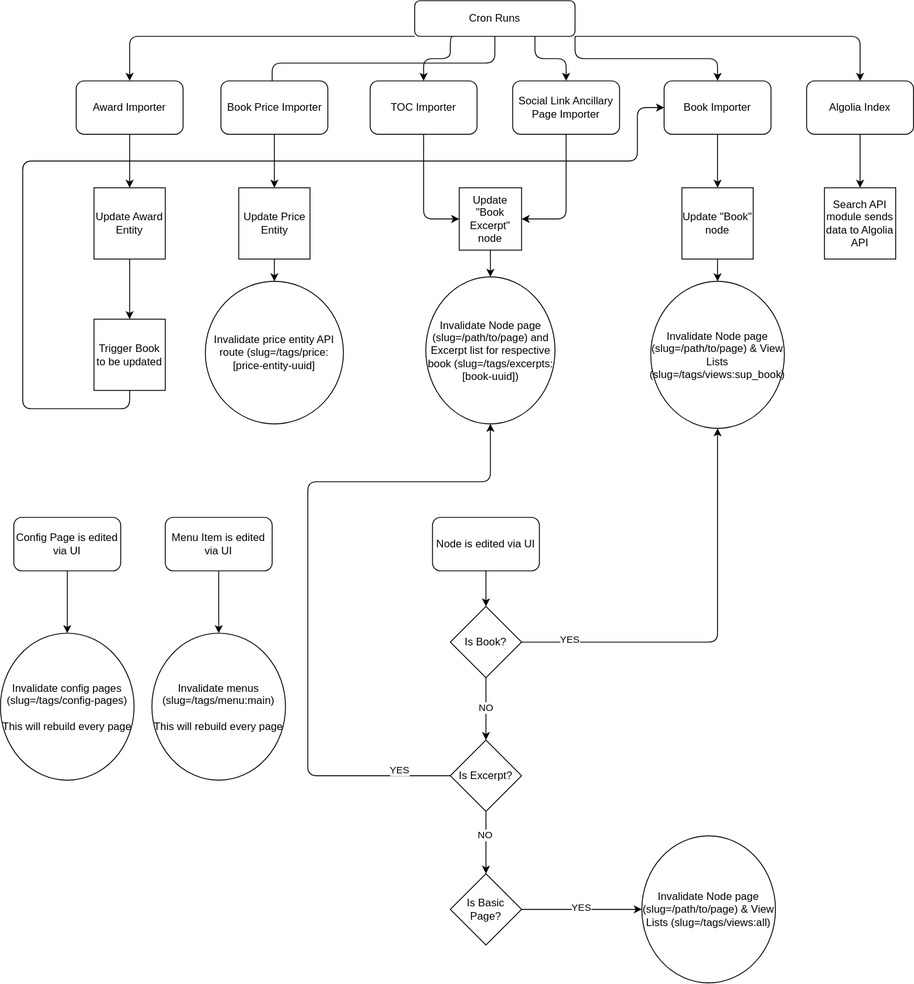
SU-SWS/press-nextjs keeps this draw.io diagram as docs/press-architecture.drawio.svg. Above is the earlier version. Source tidied: cells renumbered, new cells last; positions are measured from the earlier drawing's top-left corner, leaving out a move shared by most shapes.
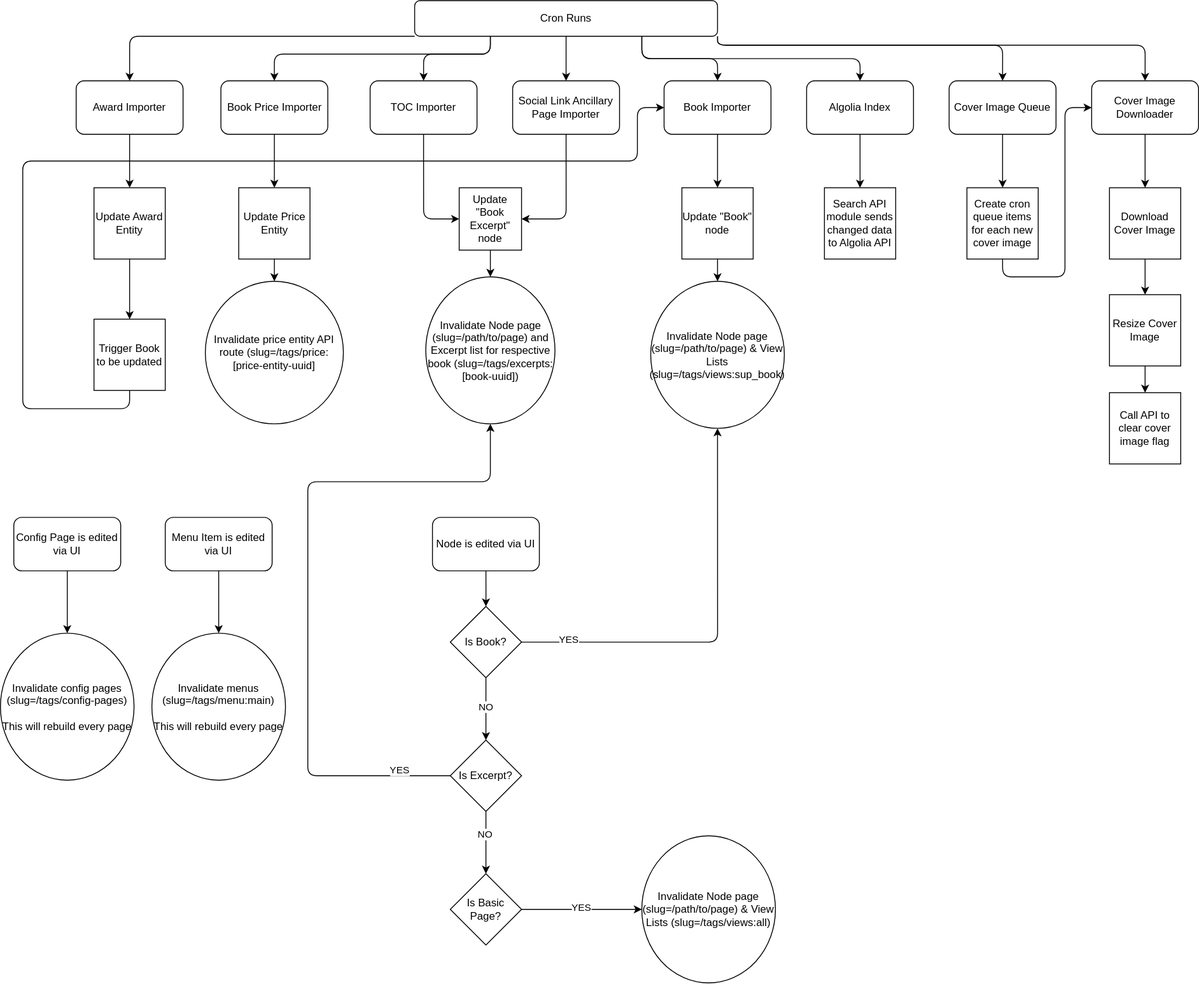
The same diagram one commit later.

Commit message:
Updated cron workflow

Change to the diagram source:
```diff
@@ -12,36 +12,46 @@
     <mxCell id="3" style="edgeStyle=orthogonalEdgeStyle;rounded=1;jettySize=auto;html=1;exitX=0.25;exitY=1;exitDx=0;exitDy=0;entryX=0.5;entryY=0;entryDx=0;entryDy=0;curved=0;" parent="1" edge="1" source="8" target="18">
       <mxGeometry relative="1" as="geometry">
         <Array as="points">
-          <mxPoint x="505" y="40" />
-          <mxPoint x="505" y="65" />
-          <mxPoint x="475" y="65" />
+          <mxPoint x="550" y="60" />
+          <mxPoint x="475" y="60" />
         </Array>
       </mxGeometry>
     </mxCell>
-    <mxCell id="4" style="edgeStyle=orthogonalEdgeStyle;rounded=1;jettySize=auto;html=1;exitX=0.5;exitY=1;exitDx=0;exitDy=0;entryX=0.5;entryY=0;entryDx=0;entryDy=0;curved=0;" parent="1" edge="1" source="8" target="16">
+    <mxCell id="4" style="edgeStyle=orthogonalEdgeStyle;rounded=1;jettySize=auto;html=1;exitX=0.25;exitY=1;exitDx=0;exitDy=0;entryX=0.5;entryY=0;entryDx=0;entryDy=0;curved=0;" parent="1" edge="1" source="8" target="16">
       <mxGeometry relative="1" as="geometry">
         <Array as="points">
-          <mxPoint x="555" y="70" />
-          <mxPoint x="305" y="70" />
-          <mxPoint x="305" y="120" />
+          <mxPoint x="550" y="60" />
+          <mxPoint x="308" y="60" />
         </Array>
       </mxGeometry>
     </mxCell>
-    <mxCell id="5" style="edgeStyle=orthogonalEdgeStyle;rounded=1;jettySize=auto;html=1;exitX=0.75;exitY=1;exitDx=0;exitDy=0;entryX=0.5;entryY=0;entryDx=0;entryDy=0;curved=0;" parent="1" edge="1" source="8" target="10">
+    <mxCell id="5" style="edgeStyle=orthogonalEdgeStyle;rounded=0;jettySize=auto;html=1;exitX=0.5;exitY=1;exitDx=0;exitDy=0;entryX=0.5;entryY=0;entryDx=0;entryDy=0;" parent="1" edge="1" source="8" target="10">
       <mxGeometry relative="1" as="geometry" />
     </mxCell>
-    <mxCell id="6" style="edgeStyle=orthogonalEdgeStyle;rounded=1;jettySize=auto;html=1;exitX=1;exitY=1;exitDx=0;exitDy=0;entryX=0.5;entryY=0;entryDx=0;entryDy=0;curved=0;" parent="1" edge="1" source="8" target="12">
+    <mxCell id="6" style="edgeStyle=orthogonalEdgeStyle;rounded=1;jettySize=auto;html=1;exitX=0.75;exitY=1;exitDx=0;exitDy=0;entryX=0.5;entryY=0;entryDx=0;entryDy=0;strokeColor=default;curved=0;" parent="1" edge="1" source="8" target="12">
       <mxGeometry relative="1" as="geometry" />
     </mxCell>
-    <mxCell id="7" style="edgeStyle=orthogonalEdgeStyle;rounded=1;jettySize=auto;html=1;exitX=1;exitY=1;exitDx=0;exitDy=0;entryX=0.5;entryY=0;entryDx=0;entryDy=0;curved=0;" parent="1" edge="1" source="8" target="14">
-      <mxGeometry relative="1" as="geometry">
-        <Array as="points">
-          <mxPoint x="965" y="40" />
-        </Array>
-      </mxGeometry>
+    <mxCell id="7" style="edgeStyle=orthogonalEdgeStyle;rounded=1;jettySize=auto;html=1;exitX=0.75;exitY=1;exitDx=0;exitDy=0;entryX=0.5;entryY=0;entryDx=0;entryDy=0;curved=0;" parent="1" edge="1" source="8" target="14">
+      <mxGeometry relative="1" as="geometry" />
     </mxCell>
+    <mxCell id="57" style="edgeStyle=orthogonalEdgeStyle;rounded=1;jettySize=auto;html=1;exitX=1;exitY=1;exitDx=0;exitDy=0;entryX=0.5;entryY=0;entryDx=0;entryDy=0;curved=0;" parent="1" edge="1" source="8" target="60">
+      <mxGeometry relative="1" as="geometry">
+        <Array as="points">
+          <mxPoint x="805" y="50" />
+          <mxPoint x="1125" y="50" />
+        </Array>
+      </mxGeometry>
+    </mxCell>
+    <mxCell id="58" style="edgeStyle=orthogonalEdgeStyle;rounded=1;jettySize=auto;html=1;exitX=1;exitY=1;exitDx=0;exitDy=0;entryX=0.5;entryY=0;entryDx=0;entryDy=0;curved=0;" parent="1" edge="1" source="8" target="62">
+      <mxGeometry relative="1" as="geometry">
+        <Array as="points">
+          <mxPoint x="805" y="50" />
+          <mxPoint x="1285" y="50" />
+        </Array>
+      </mxGeometry>
+    </mxCell>
     <mxCell id="8" value="Cron Runs" style="rounded=1;whiteSpace=wrap;html=1;fontSize=12;glass=0;strokeWidth=1;shadow=0;" parent="1" vertex="1">
-      <mxGeometry x="465" width="180" height="40" as="geometry" />
+      <mxGeometry x="465" width="340" height="40" as="geometry" />
     </mxCell>
     <mxCell id="9" style="edgeStyle=orthogonalEdgeStyle;rounded=1;jettySize=auto;html=1;exitX=0.5;exitY=1;exitDx=0;exitDy=0;entryX=1;entryY=0.5;entryDx=0;entryDy=0;curved=0;" parent="1" edge="1" source="10" target="26">
       <mxGeometry relative="1" as="geometry" />
@@ -126,7 +136,7 @@
     <mxCell id="33" value="Invalidate Node page (slug=/path/to/page) and Excerpt list for respective book (slug=/tags/excerpts:[book-uuid])" style="ellipse;whiteSpace=wrap;html=1;" parent="1" vertex="1">
       <mxGeometry x="477.5" y="310" width="145" height="165" as="geometry" />
     </mxCell>
-    <mxCell id="34" value="&lt;div&gt;Search API module sends data to Algolia API&lt;/div&gt;" style="whiteSpace=wrap;html=1;" parent="1" vertex="1">
+    <mxCell id="34" value="&lt;div&gt;Search API module sends changed data to Algolia API&lt;/div&gt;" style="whiteSpace=wrap;html=1;" parent="1" vertex="1">
       <mxGeometry x="925" y="210" width="80" height="80" as="geometry" />
     </mxCell>
     <mxCell id="35" style="edgeStyle=orthogonalEdgeStyle;rounded=0;jettySize=auto;html=1;exitX=0.5;exitY=1;exitDx=0;exitDy=0;entryX=0.5;entryY=0;entryDx=0;entryDy=0;" parent="1" edge="1" source="36">
@@ -203,5 +213,38 @@
     <mxCell id="56" value="&lt;div&gt;Invalidate menus (slug=/tags/menu:main)&lt;/div&gt;&lt;div&gt;&lt;br&gt;&lt;/div&gt;&lt;div&gt;This will rebuild every page&lt;br&gt;&lt;/div&gt;" style="ellipse;whiteSpace=wrap;html=1;" parent="1" vertex="1">
       <mxGeometry x="170" y="710" width="150" height="165" as="geometry" />
     </mxCell>
+    <mxCell id="59" style="edgeStyle=orthogonalEdgeStyle;rounded=1;jettySize=auto;html=1;exitX=0.5;exitY=1;exitDx=0;exitDy=0;entryX=0.5;entryY=0;entryDx=0;entryDy=0;curved=0;" parent="1" edge="1" source="60" target="64">
+      <mxGeometry relative="1" as="geometry" />
+    </mxCell>
+    <mxCell id="60" value="Cover Image Queue" style="rounded=1;whiteSpace=wrap;html=1;" parent="1" vertex="1">
+      <mxGeometry x="1065" y="90" width="120" height="60" as="geometry" />
+    </mxCell>
+    <mxCell id="61" style="edgeStyle=orthogonalEdgeStyle;rounded=0;jettySize=auto;html=1;exitX=0.5;exitY=1;exitDx=0;exitDy=0;entryX=0.5;entryY=0;entryDx=0;entryDy=0;" parent="1" edge="1" source="62" target="66">
+      <mxGeometry relative="1" as="geometry" />
+    </mxCell>
+    <mxCell id="62" value="Cover Image Downloader" style="rounded=1;whiteSpace=wrap;html=1;" parent="1" vertex="1">
+      <mxGeometry x="1225" y="90" width="120" height="60" as="geometry" />
+    </mxCell>
+    <mxCell id="63" style="edgeStyle=orthogonalEdgeStyle;rounded=1;jettySize=auto;html=1;exitX=0.5;exitY=1;exitDx=0;exitDy=0;entryX=0;entryY=0.5;entryDx=0;entryDy=0;curved=0;" parent="1" edge="1" source="64" target="62">
+      <mxGeometry relative="1" as="geometry" />
+    </mxCell>
+    <mxCell id="64" value="Create cron queue items for each new cover image" style="whiteSpace=wrap;html=1;" parent="1" vertex="1">
+      <mxGeometry x="1085" y="210" width="80" height="80" as="geometry" />
+    </mxCell>
+    <mxCell id="65" style="edgeStyle=orthogonalEdgeStyle;rounded=0;jettySize=auto;html=1;exitX=0.5;exitY=1;exitDx=0;exitDy=0;entryX=0.5;entryY=0;entryDx=0;entryDy=0;" parent="1" edge="1" source="66" target="68">
+      <mxGeometry relative="1" as="geometry" />
+    </mxCell>
+    <mxCell id="66" value="Download Cover Image" style="whiteSpace=wrap;html=1;" parent="1" vertex="1">
+      <mxGeometry x="1245" y="210" width="80" height="80" as="geometry" />
+    </mxCell>
+    <mxCell id="67" style="edgeStyle=orthogonalEdgeStyle;rounded=0;jettySize=auto;html=1;exitX=0.5;exitY=1;exitDx=0;exitDy=0;entryX=0.5;entryY=0;entryDx=0;entryDy=0;" parent="1" edge="1" source="68" target="69">
+      <mxGeometry relative="1" as="geometry" />
+    </mxCell>
+    <mxCell id="68" value="Resize Cover Image" style="whiteSpace=wrap;html=1;" parent="1" vertex="1">
+      <mxGeometry x="1245" y="330" width="80" height="80" as="geometry" />
+    </mxCell>
+    <mxCell id="69" value="&lt;div&gt;Call API to clear cover image flag&lt;/div&gt;" style="whiteSpace=wrap;html=1;" parent="1" vertex="1">
+      <mxGeometry x="1245" y="440" width="80" height="80" as="geometry" />
+    </mxCell>
   </root>
 </mxGraphModel>
```
